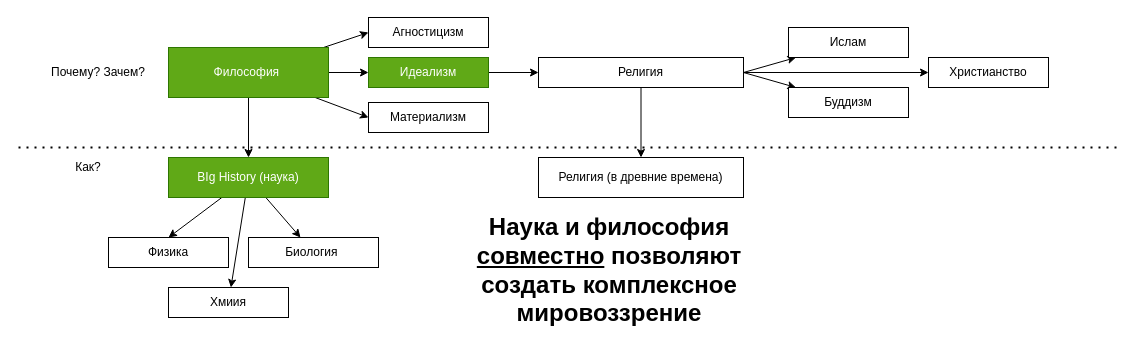
This is page "Место религии" (1 of 2) of Images/religion.drawio from EnProxima/Experience, a draw.io file, before an edit. Source tidied: cells renumbered, new cells numbered last; positions are measured from the earlier drawing's top-left corner, leaving out a move shared by most shapes. Both pictures are drawn from the tidied source at 100%, with x=0, y=0 at pixel (18, 17).
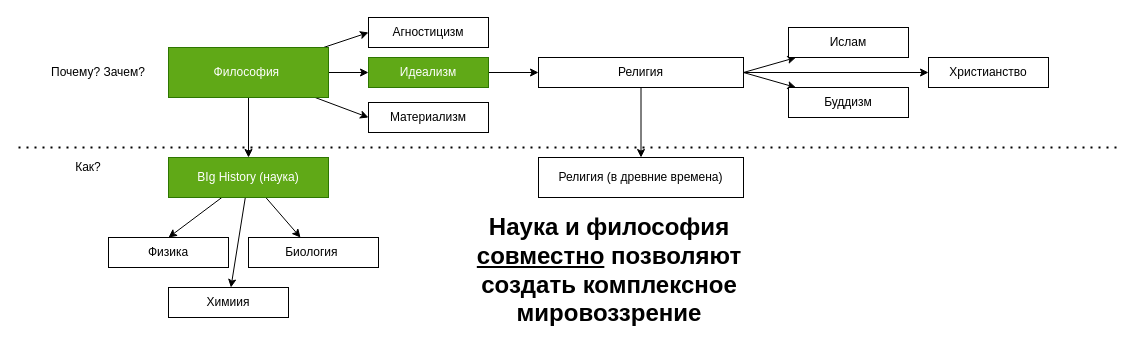
The same diagram, later.

Diff of the diagram source:
```diff
@@
-    <mxCell id="7" value="Хмиия" style="rounded=0;whiteSpace=wrap;html=1;" parent="1" vertex="1">
+    <mxCell id="7" value="Химиия" style="rounded=0;whiteSpace=wrap;html=1;" parent="1" vertex="1">
       <mxGeometry x="150" y="270" width="120" height="30" as="geometry" />
     </mxCell>
```
